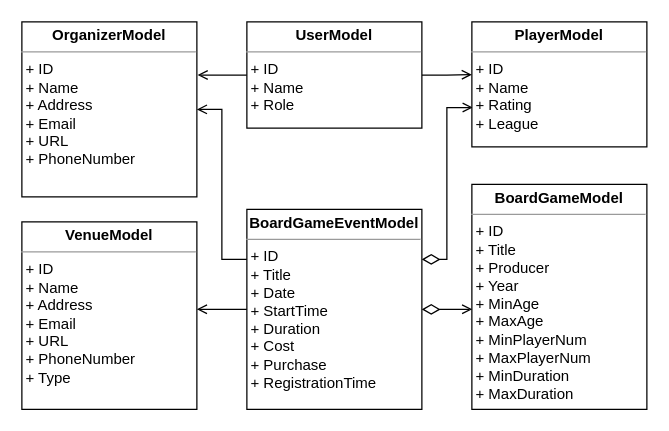
This is page "System-Entities" (4 of 5) of docs/schemes/UML.drawio from MyMiDiII/bmstu-sd, a draw.io file, before an edit. Source tidied: cells renumbered, new cells numbered last; positions are measured from the earlier drawing's top-left corner, leaving out a move shared by most shapes. Both pictures are drawn from the tidied source at 125%, with x=0, y=0 at pixel (21, 21).
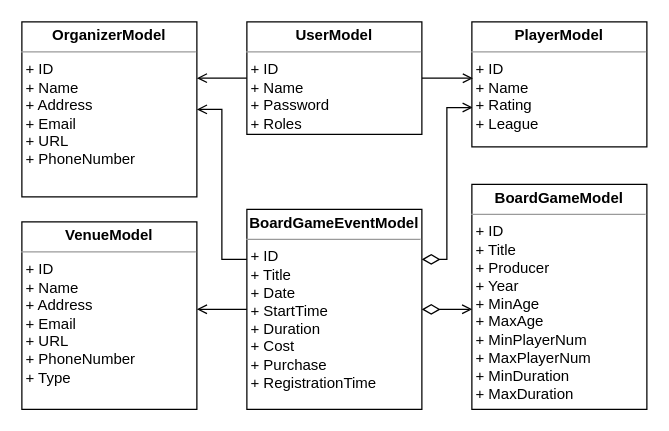
Above is the later version.

Change to the diagram source:
```diff
@@
 <mxGraphModel>
   <root>
     <mxCell id="0" />
     <mxCell id="1" parent="0" />
     <mxCell id="2" style="edgeStyle=orthogonalEdgeStyle;shape=connector;rounded=0;jettySize=auto;html=1;exitX=0;exitY=0.5;exitDx=0;exitDy=0;entryX=1;entryY=0.466;entryDx=0;entryDy=0;labelBackgroundColor=default;fontFamily=Helvetica;fontSize=11;fontColor=default;startArrow=none;startFill=0;endArrow=open;startSize=12;endSize=6;strokeColor=default;entryPerimeter=0;" parent="1" edge="1" source="5" target="12">
       <mxGeometry relative="1" as="geometry" />
     </mxCell>
     <mxCell id="3" style="edgeStyle=orthogonalEdgeStyle;shape=connector;rounded=0;jettySize=auto;html=1;exitX=0;exitY=0.25;exitDx=0;exitDy=0;entryX=1;entryY=0.5;entryDx=0;entryDy=0;labelBackgroundColor=default;fontFamily=Helvetica;fontSize=11;fontColor=default;startArrow=none;startFill=0;endArrow=open;startSize=12;endSize=6;strokeColor=default;" parent="1" edge="1" source="5" target="11">
       <mxGeometry relative="1" as="geometry" />
     </mxCell>
     <mxCell id="4" style="edgeStyle=orthogonalEdgeStyle;shape=connector;rounded=0;jettySize=auto;html=1;exitX=1;exitY=0.25;exitDx=0;exitDy=0;entryX=0.005;entryY=0.685;entryDx=0;entryDy=0;labelBackgroundColor=default;fontFamily=Helvetica;fontSize=11;fontColor=default;startArrow=diamondThin;startFill=0;endArrow=open;startSize=12;endSize=6;strokeColor=default;entryPerimeter=0;" parent="1" edge="1" source="5" target="7">
       <mxGeometry relative="1" as="geometry">
         <Array as="points">
           <mxPoint x="340" y="190" />
           <mxPoint x="340" y="69" />
           <mxPoint x="361" y="69" />
         </Array>
       </mxGeometry>
     </mxCell>
     <mxCell id="5" value="&lt;p style=&quot;margin:0px;margin-top:4px;text-align:center;&quot;&gt;&lt;b&gt;BoardGameEventModel&lt;/b&gt;&lt;/p&gt;&lt;hr size=&quot;1&quot;&gt;&lt;div style=&quot;height:2px;&quot;&gt;&amp;nbsp;+ ID&lt;br&gt;&amp;nbsp;+ Title&lt;br&gt;&amp;nbsp;+ Date&lt;br&gt;&amp;nbsp;+ StartTime&lt;br&gt;&amp;nbsp;+ Duration&lt;br&gt;&amp;nbsp;+ Cost&lt;br&gt;&amp;nbsp;+ Purchase&lt;br&gt;&amp;nbsp;+ RegistrationTime&lt;br&gt;&lt;/div&gt;" style="verticalAlign=top;align=left;overflow=fill;fontSize=12;fontFamily=Helvetica;html=1;labelBorderColor=none;fontColor=default;" parent="1" vertex="1">
       <mxGeometry x="180" y="150" width="140" height="160" as="geometry" />
     </mxCell>
     <mxCell id="6" value="&lt;p style=&quot;margin:0px;margin-top:4px;text-align:center;&quot;&gt;&lt;b&gt;BoardGameModel&lt;/b&gt;&lt;/p&gt;&lt;hr size=&quot;1&quot;&gt;&lt;div style=&quot;height:2px;&quot;&gt;&amp;nbsp;+ ID&lt;br&gt;&amp;nbsp;+ Title&lt;br&gt;&amp;nbsp;+ Producer&lt;br&gt;&amp;nbsp;+ Year&lt;br&gt;&amp;nbsp;+ MinAge&lt;br&gt;&amp;nbsp;+ MaxAge&lt;br&gt;&amp;nbsp;+ MinPlayerNum&lt;br&gt;&amp;nbsp;+ MaxPlayerNum&lt;br&gt;&amp;nbsp;+ MinDuration&lt;br&gt;&amp;nbsp;+ MaxDuration&lt;/div&gt;&lt;div style=&quot;height:2px;&quot;&gt;&lt;br&gt;&lt;/div&gt;" style="verticalAlign=top;align=left;overflow=fill;fontSize=12;fontFamily=Helvetica;html=1;labelBorderColor=none;fontColor=default;" parent="1" vertex="1">
       <mxGeometry x="360" y="130" width="140" height="180" as="geometry" />
     </mxCell>
     <mxCell id="7" value="&lt;p style=&quot;margin:0px;margin-top:4px;text-align:center;&quot;&gt;&lt;b&gt;PlayerModel&lt;/b&gt;&lt;/p&gt;&lt;hr size=&quot;1&quot;&gt;&lt;div style=&quot;height:2px;&quot;&gt;&amp;nbsp;+ ID&lt;br&gt;&amp;nbsp;+ Name&lt;br&gt;&amp;nbsp;+ Rating&lt;br&gt;&amp;nbsp;+ League&lt;/div&gt;" style="verticalAlign=top;align=left;overflow=fill;fontSize=12;fontFamily=Helvetica;html=1;labelBorderColor=none;fontColor=default;" parent="1" vertex="1">
       <mxGeometry x="360" width="140" height="100" as="geometry" />
     </mxCell>
-    <mxCell id="8" style="edgeStyle=orthogonalEdgeStyle;shape=connector;rounded=0;jettySize=auto;html=1;exitX=0.5;exitY=1;exitDx=0;exitDy=0;entryX=1.004;entryY=0.304;entryDx=0;entryDy=0;entryPerimeter=0;labelBackgroundColor=default;fontFamily=Helvetica;fontSize=11;fontColor=default;startArrow=none;startFill=0;endArrow=open;startSize=12;endSize=6;strokeColor=default;" parent="1" edge="1" source="10" target="11">
-      <mxGeometry relative="1" as="geometry" />
+    <mxCell id="8" style="edgeStyle=orthogonalEdgeStyle;shape=connector;rounded=0;jettySize=auto;html=1;exitX=0.5;exitY=1;exitDx=0;exitDy=0;labelBackgroundColor=default;fontFamily=Helvetica;fontSize=11;fontColor=default;startArrow=none;startFill=0;endArrow=open;startSize=12;endSize=6;strokeColor=default;" parent="1" edge="1" source="10" target="11">
+      <mxGeometry relative="1" as="geometry">
+        <Array as="points">
+          <mxPoint x="150" y="45" />
+          <mxPoint x="150" y="45" />
+        </Array>
+      </mxGeometry>
     </mxCell>
-    <mxCell id="9" style="edgeStyle=orthogonalEdgeStyle;shape=connector;rounded=0;jettySize=auto;html=1;exitX=0.5;exitY=0;exitDx=0;exitDy=0;entryX=0;entryY=0.422;entryDx=0;entryDy=0;entryPerimeter=0;labelBackgroundColor=default;fontFamily=Helvetica;fontSize=11;fontColor=default;startArrow=none;startFill=0;endArrow=open;startSize=12;endSize=6;strokeColor=default;" parent="1" edge="1" source="10" target="7">
+    <mxCell id="9" style="edgeStyle=orthogonalEdgeStyle;shape=connector;rounded=0;jettySize=auto;html=1;exitX=0.5;exitY=0;exitDx=0;exitDy=0;entryX=0.006;entryY=0.451;entryDx=0;entryDy=0;entryPerimeter=0;labelBackgroundColor=default;fontFamily=Helvetica;fontSize=11;fontColor=default;startArrow=none;startFill=0;endArrow=open;startSize=12;endSize=6;strokeColor=default;" parent="1" edge="1" source="10" target="7">
       <mxGeometry relative="1" as="geometry" />
     </mxCell>
-    <mxCell id="10" value="&lt;p style=&quot;margin:0px;margin-top:4px;text-align:center;&quot;&gt;&lt;b&gt;UserModel&lt;/b&gt;&lt;/p&gt;&lt;hr size=&quot;1&quot;&gt;&amp;nbsp;+ ID&lt;br&gt;&amp;nbsp;+ Name&lt;br&gt;&amp;nbsp;+ Role&lt;br&gt;&lt;div style=&quot;height:2px;&quot;&gt;&lt;br&gt;&lt;/div&gt;" style="verticalAlign=top;align=left;overflow=fill;fontSize=12;fontFamily=Helvetica;html=1;labelBorderColor=none;fontColor=default;spacingLeft=0;spacingRight=0;direction=south;" parent="1" vertex="1">
-      <mxGeometry x="180" width="140" height="85" as="geometry" />
+    <mxCell id="10" value="&lt;p style=&quot;margin:0px;margin-top:4px;text-align:center;&quot;&gt;&lt;b&gt;UserModel&lt;/b&gt;&lt;/p&gt;&lt;hr size=&quot;1&quot;&gt;&amp;nbsp;+ ID&lt;br&gt;&amp;nbsp;+ Name&lt;br&gt;&amp;nbsp;+ Password&lt;br&gt;&amp;nbsp;+ Roles&lt;br&gt;&lt;div style=&quot;height:2px;&quot;&gt;&lt;br&gt;&lt;/div&gt;" style="verticalAlign=top;align=left;overflow=fill;fontSize=12;fontFamily=Helvetica;html=1;labelBorderColor=none;fontColor=default;spacingLeft=0;spacingRight=0;direction=south;" parent="1" vertex="1">
+      <mxGeometry x="180" width="140" height="90" as="geometry" />
     </mxCell>
     <mxCell id="11" value="&lt;p style=&quot;margin:0px;margin-top:4px;text-align:center;&quot;&gt;&lt;b&gt;OrganizerModel&lt;/b&gt;&lt;/p&gt;&lt;hr size=&quot;1&quot;&gt;&lt;div style=&quot;height:2px;&quot;&gt;&amp;nbsp;+ ID&lt;br&gt;&amp;nbsp;+ Name&lt;br&gt;&amp;nbsp;+ Address&lt;br&gt;&amp;nbsp;+ Email&lt;br&gt;&amp;nbsp;+ URL&lt;br&gt;&amp;nbsp;+ PhoneNumber&lt;br&gt;&lt;/div&gt;" style="verticalAlign=top;align=left;overflow=fill;fontSize=12;fontFamily=Helvetica;html=1;labelBorderColor=none;fontColor=default;" parent="1" vertex="1">
       <mxGeometry width="140" height="140" as="geometry" />
     </mxCell>
     <mxCell id="12" value="&lt;p style=&quot;margin:0px;margin-top:4px;text-align:center;&quot;&gt;&lt;b&gt;VenueModel&lt;/b&gt;&lt;/p&gt;&lt;hr size=&quot;1&quot;&gt;&lt;div style=&quot;height:2px;&quot;&gt;&amp;nbsp;+ ID&lt;br&gt;&amp;nbsp;+ Name&lt;br&gt;&amp;nbsp;+ Address&lt;br&gt;&amp;nbsp;+ Email&lt;br&gt;&amp;nbsp;+ URL&lt;br&gt;&amp;nbsp;+ PhoneNumber&lt;br&gt;&amp;nbsp;+ Type&lt;/div&gt;" style="verticalAlign=top;align=left;overflow=fill;fontSize=12;fontFamily=Helvetica;html=1;labelBorderColor=none;fontColor=default;" parent="1" vertex="1">
       <mxGeometry y="160" width="140" height="150" as="geometry" />
     </mxCell>
     <mxCell id="13" style="endArrow=open;html=1;endSize=6;startArrow=diamondThin;startSize=12;startFill=0;edgeStyle=orthogonalEdgeStyle;align=left;verticalAlign=bottom;rounded=0;exitX=1;exitY=0.5;exitDx=0;exitDy=0;entryX=0.002;entryY=0.555;entryDx=0;entryDy=0;entryPerimeter=0;" parent="1" edge="1" source="5" target="6">
       <mxGeometry x="-1" y="3" relative="1" as="geometry" />
     </mxCell>
   </root>
 </mxGraphModel>
```
